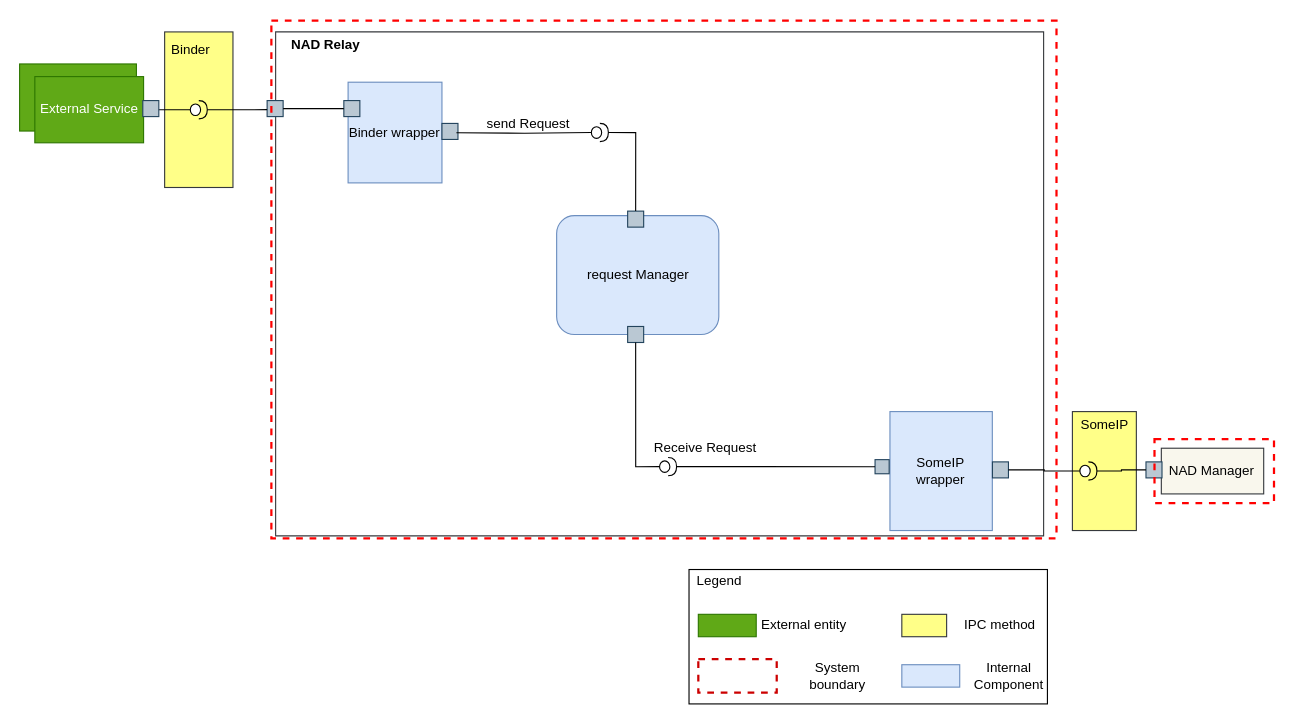
taikt/codefun keeps this draw.io diagram as page "dynamic_1st" (5 of 7) of doc/SA cert/Design/nadproxy.drawio. Above is the earlier version. Source tidied: cells renumbered, new cells numbered last; positions are measured from the earlier drawing's top-left corner, leaving out a move shared by most shapes. Both pictures are drawn from the tidied source at 112%, with x=0, y=0 at pixel (19, 20).
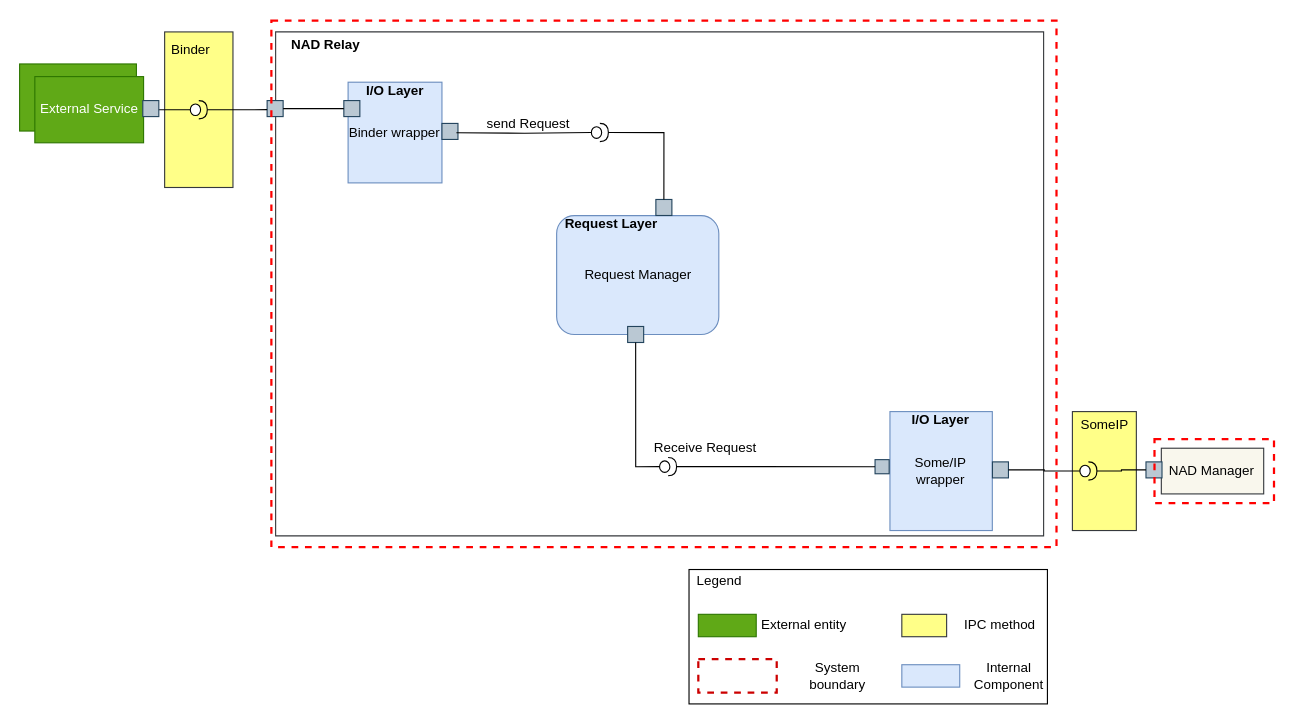
Above is the later version.

Change to the diagram source:
```diff
@@
-    <mxCell id="4" value="SomeIP wrapper" style="rounded=0;whiteSpace=wrap;html=1;fillColor=#dae8fc;strokeColor=#6c8ebf;" parent="1" vertex="1">
+    <mxCell id="4" value="Some/IP wrapper" style="rounded=0;whiteSpace=wrap;html=1;fillColor=#dae8fc;strokeColor=#6c8ebf;" parent="1" vertex="1">
       <mxGeometry x="777.1" y="349" width="91.4" height="106.2" as="geometry" />
     </mxCell>
@@
-    <mxCell id="6" value="request Manager" style="rounded=1;whiteSpace=wrap;html=1;fillColor=#dae8fc;strokeColor=#6c8ebf;" parent="1" vertex="1">
+    <mxCell id="6" value="Request Manager" style="rounded=1;whiteSpace=wrap;html=1;fillColor=#dae8fc;strokeColor=#6c8ebf;" parent="1" vertex="1">
       <mxGeometry x="479.5" y="174" width="144.8" height="106.2" as="geometry" />
     </mxCell>
@@
     <mxCell id="15" style="whiteSpace=wrap;html=1;fillColor=#bac8d3;strokeColor=#23445d;" parent="1" vertex="1">
-      <mxGeometry x="542.9" y="170" width="14.3" height="14.3" as="geometry" />
+      <mxGeometry x="568.1" y="159.6" width="14.3" height="14.3" as="geometry" />
     </mxCell>
@@
     <mxCell id="37" style="rounded=0;whiteSpace=wrap;html=1;strokeWidth=2;fillColor=none;strokeColor=#FF0000;dashed=1;" parent="1" vertex="1">
-      <mxGeometry x="224.8" width="701" height="462.1" as="geometry" />
+      <mxGeometry x="224.8" width="701" height="470" as="geometry" />
     </mxCell>
@@
+    <mxCell id="51" value="&lt;b&gt;I/O Layer&lt;/b&gt;" style="text;html=1;strokeColor=none;fillColor=none;align=center;verticalAlign=middle;whiteSpace=wrap;rounded=0;" parent="1" vertex="1">
+      <mxGeometry x="293.3" y="54.7" width="85.1" height="16.6" as="geometry" />
+    </mxCell>
+    <mxCell id="52" value="&lt;b&gt;Request Layer&lt;/b&gt;" style="text;html=1;strokeColor=none;fillColor=none;align=center;verticalAlign=middle;whiteSpace=wrap;rounded=0;" parent="1" vertex="1">
+      <mxGeometry x="486.3" y="174" width="85.1" height="16.6" as="geometry" />
+    </mxCell>
+    <mxCell id="53" value="&lt;b&gt;I/O Layer&lt;/b&gt;" style="text;html=1;strokeColor=none;fillColor=none;align=center;verticalAlign=middle;whiteSpace=wrap;rounded=0;" parent="1" vertex="1">
+      <mxGeometry x="780.3" y="349" width="85.1" height="16.6" as="geometry" />
+    </mxCell>
```
